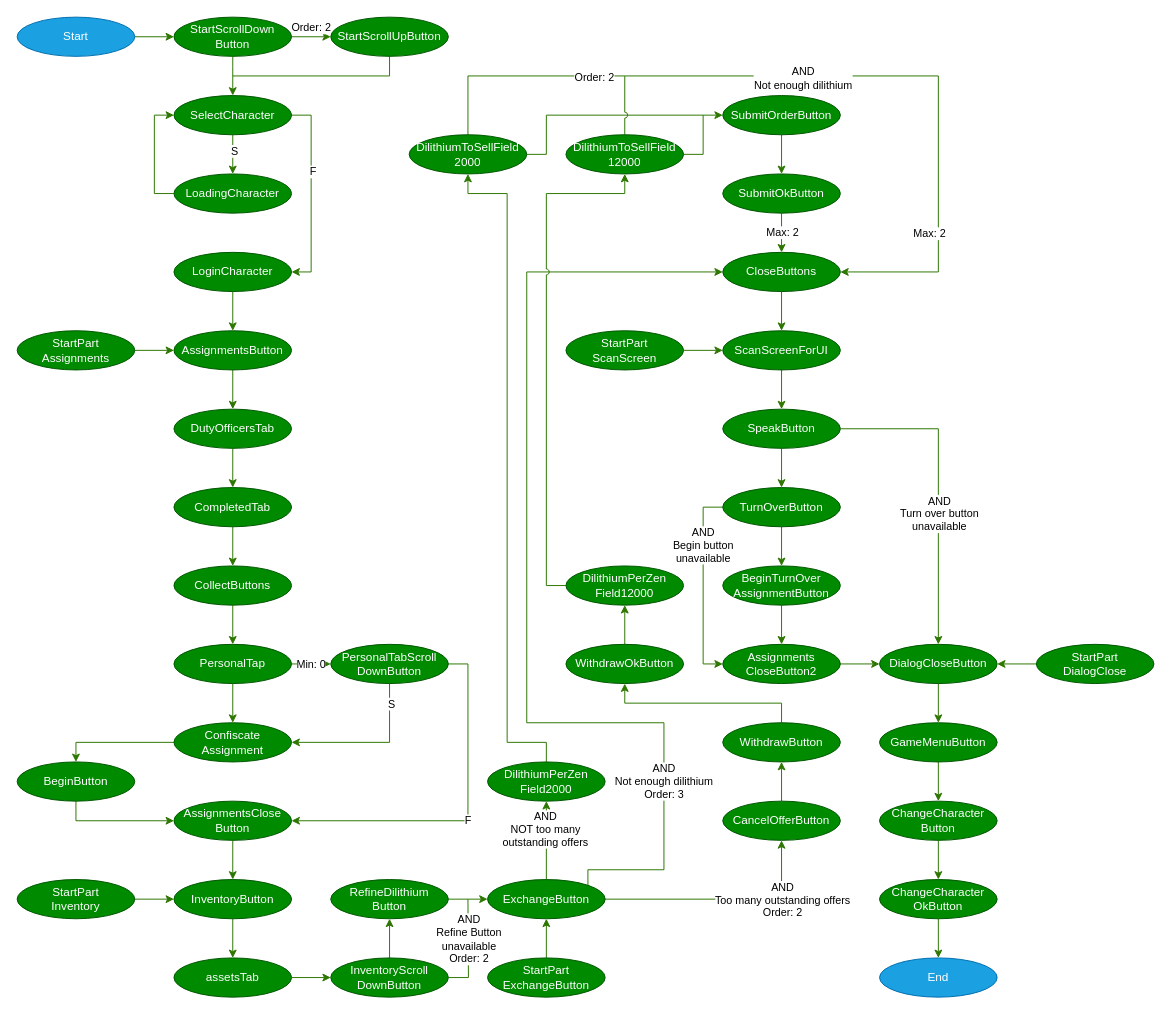
Above: AutoFarmer.drawio in Tomaszon/AutoFarmer (draw.io), before the change. Source tidied: cells renumbered, new cells numbered last; positions are measured from the earlier drawing's top-left corner, leaving out a move shared by most shapes. Both pictures are drawn from the tidied source at 98%, with x=0, y=0 at pixel (17, 17).
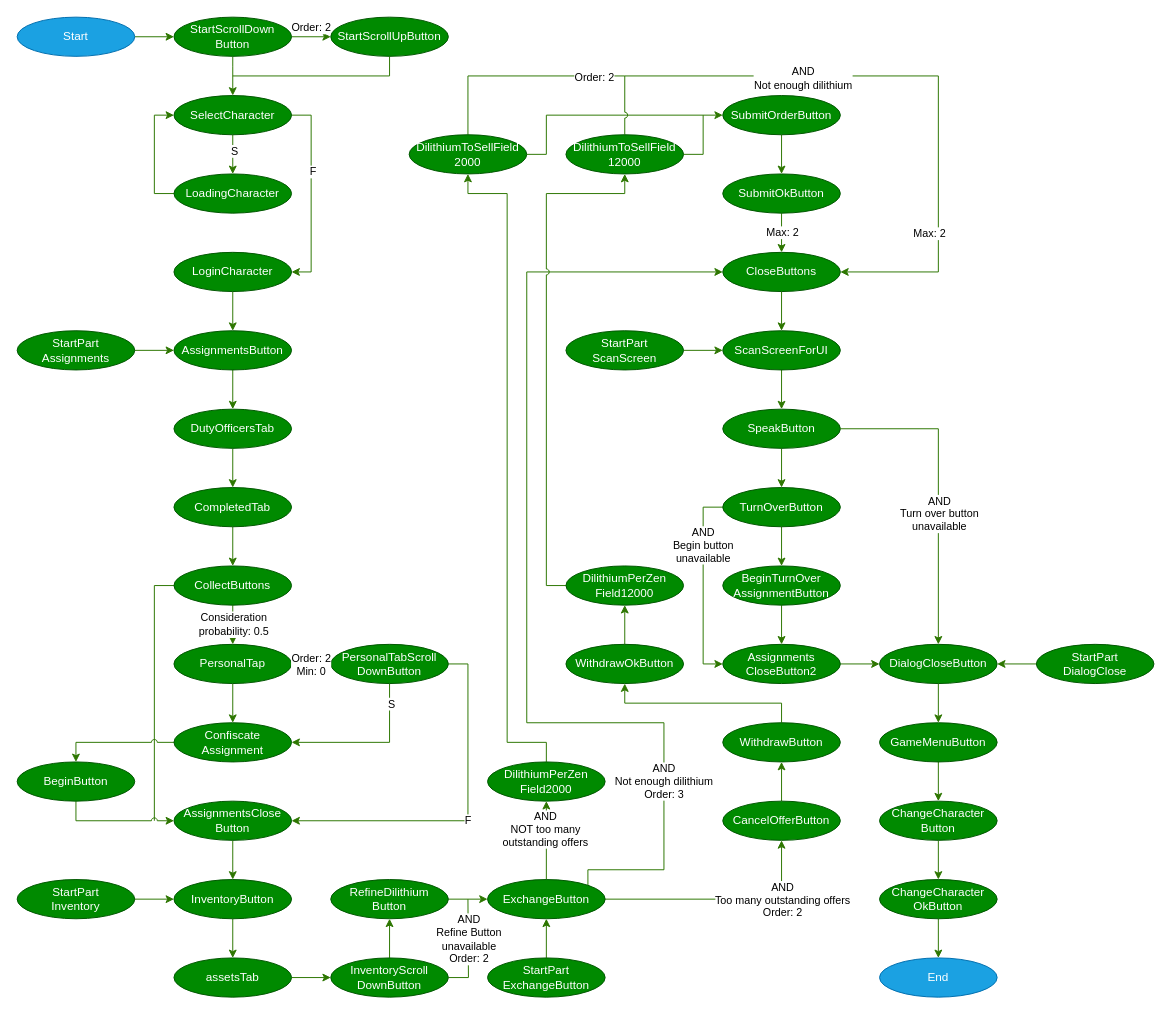
The same page after the edit.

The change refers to these unchanged cells:
```xml
<mxCell id="14" style="edgeStyle=orthogonalEdgeStyle;rounded=0;jettySize=auto;html=1;fillColor=#60a917;strokeColor=#2D7600;" parent="1" edge="1" source="15" target="17">
  <mxGeometry relative="1" as="geometry" />
</mxCell>
<mxCell id="15" value="CollectButtons" style="ellipse;whiteSpace=wrap;html=1;fillColor=#008a00;strokeColor=#005700;fontColor=#ffffff;" parent="1" vertex="1">
  <mxGeometry x="160" y="560" width="120" height="40" as="geometry" />
</mxCell>
<mxCell id="19" value="Confiscate&lt;br&gt;Assignment" style="ellipse;whiteSpace=wrap;html=1;fillColor=#008a00;strokeColor=#005700;fontColor=#ffffff;" parent="1" vertex="1">
  <mxGeometry x="160" y="720" width="120" height="40" as="geometry" />
</mxCell>
<mxCell id="21" value="BeginButton" style="ellipse;whiteSpace=wrap;html=1;fillColor=#008a00;strokeColor=#005700;fontColor=#ffffff;" parent="1" vertex="1">
  <mxGeometry y="760" width="120" height="40" as="geometry" />
</mxCell>
<mxCell id="23" value="AssignmentsClose&lt;br&gt;Button" style="ellipse;whiteSpace=wrap;html=1;fillColor=#008a00;strokeColor=#005700;fontColor=#ffffff;" parent="1" vertex="1">
  <mxGeometry x="160" y="800" width="120" height="40" as="geometry" />
</mxCell>
<mxCell id="101" style="endArrow=classic;html=1;entryX=0;entryY=0.5;entryDx=0;entryDy=0;exitX=1;exitY=0.5;exitDx=0;exitDy=0;fillColor=#60a917;strokeColor=#2D7600;" parent="1" edge="1" source="17" target="100">
  <mxGeometry relative="1" as="geometry" />
</mxCell>
```

Diff of the diagram source:
```diff
@@
+    <mxCell id="116" value="Consideration&lt;br&gt;probability: 0.5" style="edgeLabel;html=1;align=center;verticalAlign=middle;" parent="14" vertex="1">
+      <mxGeometry x="0.2" y="1" relative="1" as="geometry">
+        <mxPoint x="-1" y="-4.1" as="offset" />
+      </mxGeometry>
+    </mxCell>
+    <mxCell id="117" style="edgeStyle=orthogonalEdgeStyle;rounded=0;jettySize=auto;html=1;exitX=0;exitY=0.5;exitDx=0;exitDy=0;jumpStyle=none;endArrow=none;endFill=0;fillColor=#60a917;strokeColor=#2D7600;" parent="1" edge="1" source="15">
+      <mxGeometry relative="1" as="geometry">
+        <mxPoint x="140" y="820" as="targetPoint" />
+        <Array as="points">
+          <mxPoint x="140" y="580" />
+        </Array>
+      </mxGeometry>
+    </mxCell>
@@
-    <mxCell id="18" style="edgeStyle=orthogonalEdgeStyle;rounded=0;jettySize=auto;html=1;fillColor=#60a917;strokeColor=#2D7600;entryX=0.5;entryY=0;entryDx=0;entryDy=0;" parent="1" edge="1" source="19" target="21">
+    <mxCell id="18" style="edgeStyle=orthogonalEdgeStyle;rounded=0;jettySize=auto;html=1;fillColor=#60a917;strokeColor=#2D7600;entryX=0.5;entryY=0;entryDx=0;entryDy=0;jumpStyle=arc;" parent="1" edge="1" source="19" target="21">
       <mxGeometry relative="1" as="geometry" />
     </mxCell>
@@
-    <mxCell id="20" style="edgeStyle=orthogonalEdgeStyle;rounded=0;jettySize=auto;html=1;exitX=0.5;exitY=1;exitDx=0;exitDy=0;entryX=0;entryY=0.5;entryDx=0;entryDy=0;fillColor=#60a917;strokeColor=#2D7600;" parent="1" edge="1" source="21" target="23">
+    <mxCell id="20" style="edgeStyle=orthogonalEdgeStyle;rounded=0;jettySize=auto;html=1;exitX=0.5;exitY=1;exitDx=0;exitDy=0;entryX=0;entryY=0.5;entryDx=0;entryDy=0;fillColor=#60a917;strokeColor=#2D7600;jumpStyle=arc;" parent="1" edge="1" source="21" target="23">
       <mxGeometry relative="1" as="geometry">
         <Array as="points">
           <mxPoint x="60" y="820" />
         </Array>
       </mxGeometry>
     </mxCell>
@@
-    <mxCell id="102" value="Min: 0" style="edgeLabel;html=1;align=center;verticalAlign=middle;" parent="101" vertex="1">
+    <mxCell id="102" value="Order: 2&lt;br&gt;Min: 0" style="edgeLabel;html=1;align=center;verticalAlign=middle;" parent="101" vertex="1">
       <mxGeometry x="-0.04" relative="1" as="geometry" />
     </mxCell>
```
